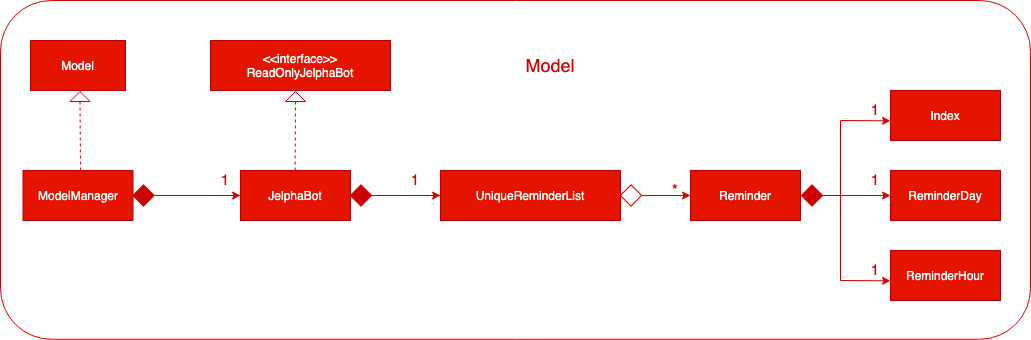
The draw.io diagram images/Reminderclass.png in AY1920S2-CS2103-F09-2/main, before a commit. Source tidied: cells renumbered, new cells last; positions are measured from the earlier drawing's top-left corner, leaving out a move shared by most shapes.
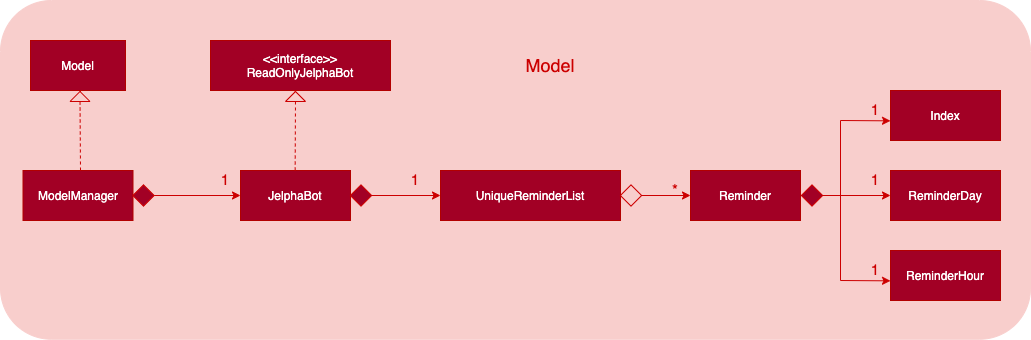
Above is the later version.

Change to the diagram source:
```diff
@@ -2,31 +2,34 @@
   <root>
     <mxCell id="0" />
     <mxCell id="1" parent="0" />
+    <mxCell id="34" style="rounded=1;whiteSpace=wrap;html=1;strokeColor=#F8CECC;fillColor=#F8CECC;fontFamily=Helvetica;" parent="1" vertex="1">
+      <mxGeometry width="1030" height="338.8" as="geometry" />
+    </mxCell>
-    <mxCell id="2" value="&lt;font&gt;JelphaBot&lt;/font&gt;" style="rounded=0;whiteSpace=wrap;html=1;fillColor=#e51400;strokeColor=#B20000;fontColor=#ffffff;fontFamily=Helvetica;" parent="1" vertex="1">
+    <mxCell id="2" value="&lt;font&gt;JelphaBot&lt;/font&gt;" style="rounded=0;whiteSpace=wrap;html=1;fillColor=#A20025;strokeColor=#B20000;fontColor=#ffffff;fontFamily=Helvetica;" parent="1" vertex="1">
       <mxGeometry x="240" y="170" width="110" height="50" as="geometry" />
     </mxCell>
-    <mxCell id="3" value="&lt;font&gt;&amp;lt;&amp;lt;interface&amp;gt;&amp;gt;&lt;br&gt;ReadOnlyJelphaBot&lt;br&gt;&lt;/font&gt;" style="rounded=0;whiteSpace=wrap;html=1;fillColor=#e51400;strokeColor=#B20000;fontColor=#ffffff;fontFamily=Helvetica;" parent="1" vertex="1">
+    <mxCell id="3" value="&lt;font&gt;&amp;lt;&amp;lt;interface&amp;gt;&amp;gt;&lt;br&gt;ReadOnlyJelphaBot&lt;br&gt;&lt;/font&gt;" style="rounded=0;whiteSpace=wrap;html=1;fillColor=#A20025;strokeColor=#B20000;fontColor=#ffffff;fontFamily=Helvetica;" parent="1" vertex="1">
       <mxGeometry x="210" y="40" width="180" height="50" as="geometry" />
     </mxCell>
-    <mxCell id="4" value="&lt;font&gt;Model&lt;/font&gt;" style="rounded=0;whiteSpace=wrap;html=1;fillColor=#e51400;strokeColor=#B20000;fontColor=#ffffff;fontFamily=Helvetica;" parent="1" vertex="1">
+    <mxCell id="4" value="&lt;font&gt;Model&lt;/font&gt;" style="rounded=0;whiteSpace=wrap;html=1;fillColor=#A20025;strokeColor=#B20000;fontColor=#ffffff;fontFamily=Helvetica;" parent="1" vertex="1">
       <mxGeometry x="30" y="40" width="95" height="50" as="geometry" />
     </mxCell>
-    <mxCell id="5" value="&lt;font&gt;ModelManager&lt;/font&gt;" style="rounded=0;whiteSpace=wrap;html=1;fillColor=#e51400;strokeColor=#B20000;fontColor=#ffffff;fontFamily=Helvetica;" parent="1" vertex="1">
+    <mxCell id="5" value="&lt;font&gt;ModelManager&lt;/font&gt;" style="rounded=0;whiteSpace=wrap;html=1;fillColor=#A20025;strokeColor=#B20000;fontColor=#ffffff;fontFamily=Helvetica;" parent="1" vertex="1">
       <mxGeometry x="22.5" y="170" width="110" height="50" as="geometry" />
     </mxCell>
-    <mxCell id="6" value="&lt;font&gt;UniqueReminderList&lt;/font&gt;" style="rounded=0;whiteSpace=wrap;html=1;fillColor=#e51400;strokeColor=#B20000;fontColor=#ffffff;fontFamily=Helvetica;" parent="1" vertex="1">
+    <mxCell id="6" value="&lt;font&gt;UniqueReminderList&lt;/font&gt;" style="rounded=0;whiteSpace=wrap;html=1;fillColor=#A20025;strokeColor=#B20000;fontColor=#ffffff;fontFamily=Helvetica;" parent="1" vertex="1">
       <mxGeometry x="440" y="170" width="180" height="50" as="geometry" />
     </mxCell>
-    <mxCell id="7" value="&lt;font&gt;Reminder&lt;/font&gt;" style="rounded=0;whiteSpace=wrap;html=1;fillColor=#e51400;strokeColor=#B20000;fontColor=#ffffff;fontFamily=Helvetica;" parent="1" vertex="1">
+    <mxCell id="7" value="&lt;font&gt;Reminder&lt;/font&gt;" style="rounded=0;whiteSpace=wrap;html=1;fillColor=#A20025;strokeColor=#B20000;fontColor=#ffffff;fontFamily=Helvetica;" parent="1" vertex="1">
       <mxGeometry x="690" y="170" width="110" height="50" as="geometry" />
     </mxCell>
-    <mxCell id="8" value="&lt;font&gt;Index&lt;/font&gt;" style="rounded=0;whiteSpace=wrap;html=1;fillColor=#e51400;strokeColor=#B20000;fontColor=#ffffff;fontFamily=Helvetica;" parent="1" vertex="1">
+    <mxCell id="8" value="&lt;font&gt;Index&lt;/font&gt;" style="rounded=0;whiteSpace=wrap;html=1;fillColor=#A20025;strokeColor=#B20000;fontColor=#ffffff;fontFamily=Helvetica;" parent="1" vertex="1">
       <mxGeometry x="890" y="90" width="110" height="50" as="geometry" />
     </mxCell>
-    <mxCell id="9" value="&lt;font&gt;ReminderDay&lt;/font&gt;" style="rounded=0;whiteSpace=wrap;html=1;fillColor=#e51400;strokeColor=#B20000;fontColor=#ffffff;fontFamily=Helvetica;" parent="1" vertex="1">
+    <mxCell id="9" value="&lt;font&gt;ReminderDay&lt;/font&gt;" style="rounded=0;whiteSpace=wrap;html=1;fillColor=#A20025;strokeColor=#B20000;fontColor=#ffffff;fontFamily=Helvetica;" parent="1" vertex="1">
       <mxGeometry x="890" y="170" width="110" height="50" as="geometry" />
     </mxCell>
-    <mxCell id="10" value="&lt;font&gt;ReminderHour&lt;/font&gt;" style="rounded=0;whiteSpace=wrap;html=1;fillColor=#e51400;strokeColor=#B20000;fontColor=#ffffff;fontFamily=Helvetica;" parent="1" vertex="1">
+    <mxCell id="10" value="&lt;font&gt;ReminderHour&lt;/font&gt;" style="rounded=0;whiteSpace=wrap;html=1;fillColor=#A20025;strokeColor=#B20000;fontColor=#ffffff;fontFamily=Helvetica;" parent="1" vertex="1">
       <mxGeometry x="890" y="250" width="110" height="50" as="geometry" />
     </mxCell>
     <mxCell id="11" style="endArrow=classic;html=1;entryX=0;entryY=0.5;entryDx=0;entryDy=0;strokeColor=#CC0000;fontFamily=Helvetica;" parent="1" edge="1" source="17" target="7">
@@ -53,7 +56,7 @@
         <mxPoint x="840" y="120" as="targetPoint" />
       </mxGeometry>
     </mxCell>
-    <mxCell id="16" style="whiteSpace=wrap;html=1;fillColor=#CC0000;rotation=-45;strokeColor=#CC0000;fontFamily=Helvetica;" parent="1" vertex="1">
+    <mxCell id="16" style="whiteSpace=wrap;html=1;fillColor=#A20025;rotation=-45;strokeColor=#CC0000;fontFamily=Helvetica;" parent="1" vertex="1">
       <mxGeometry x="804" y="187.5" width="15" height="15" as="geometry" />
     </mxCell>
     <mxCell id="17" style="whiteSpace=wrap;html=1;fillColor=none;rotation=-45;strokeColor=#CC0000;fontFamily=Helvetica;" parent="1" vertex="1">
@@ -62,7 +65,7 @@
     <mxCell id="18" value="&lt;font style=&quot;font-size: 15px&quot; color=&quot;#cc0000&quot;&gt;*&lt;/font&gt;" style="text;html=1;strokeColor=none;fillColor=none;align=center;verticalAlign=middle;whiteSpace=wrap;rounded=0;fontFamily=Helvetica;" parent="1" vertex="1">
       <mxGeometry x="660" y="180" width="30" height="17.5" as="geometry" />
     </mxCell>
-    <mxCell id="19" style="whiteSpace=wrap;html=1;fillColor=#CC0000;rotation=-45;strokeColor=#CC0000;fontFamily=Helvetica;" parent="1" vertex="1">
+    <mxCell id="19" style="whiteSpace=wrap;html=1;fillColor=#A20025;rotation=-45;strokeColor=#CC0000;fontFamily=Helvetica;" parent="1" vertex="1">
       <mxGeometry x="353" y="187.5" width="15" height="15" as="geometry" />
     </mxCell>
     <mxCell id="20" style="endArrow=classic;html=1;strokeColor=#CC0000;exitX=1;exitY=1;exitDx=0;exitDy=0;entryX=0;entryY=0.5;entryDx=0;entryDy=0;fontFamily=Helvetica;" parent="1" edge="1" source="19" target="6">
@@ -71,7 +74,7 @@
     <mxCell id="21" value="&lt;font color=&quot;#cc0000&quot;&gt;&lt;span style=&quot;font-size: 15px&quot;&gt;1&lt;/span&gt;&lt;/font&gt;" style="text;html=1;strokeColor=none;fillColor=none;align=center;verticalAlign=middle;whiteSpace=wrap;rounded=0;fontFamily=Helvetica;" parent="1" vertex="1">
       <mxGeometry x="400" y="170" width="30" height="17.5" as="geometry" />
     </mxCell>
-    <mxCell id="22" style="whiteSpace=wrap;html=1;fillColor=#CC0000;rotation=-45;strokeColor=#CC0000;fontFamily=Helvetica;" parent="1" vertex="1">
+    <mxCell id="22" style="whiteSpace=wrap;html=1;fillColor=#A20025;rotation=-45;strokeColor=#CC0000;fontFamily=Helvetica;" parent="1" vertex="1">
       <mxGeometry x="135.5" y="187.5" width="15" height="15" as="geometry" />
     </mxCell>
     <mxCell id="23" value="&lt;font color=&quot;#cc0000&quot;&gt;&lt;span style=&quot;font-size: 15px&quot;&gt;1&lt;/span&gt;&lt;/font&gt;" style="text;html=1;strokeColor=none;fillColor=none;align=center;verticalAlign=middle;whiteSpace=wrap;rounded=0;fontFamily=Helvetica;" parent="1" vertex="1">
@@ -115,9 +118,6 @@
         <mxPoint x="294.7" y="170" as="sourcePoint" />
       </mxGeometry>
     </mxCell>
-    <mxCell id="34" style="rounded=1;whiteSpace=wrap;html=1;strokeColor=#CC0000;fillColor=none;fontFamily=Helvetica;" parent="1" vertex="1">
-      <mxGeometry width="1030" height="338.8" as="geometry" />
-    </mxCell>
     <mxCell id="35" value="&lt;font color=&quot;#cc0000&quot; style=&quot;font-size: 18px;&quot;&gt;Model&lt;/font&gt;" style="text;html=1;strokeColor=none;fillColor=none;align=center;verticalAlign=middle;whiteSpace=wrap;rounded=0;fontFamily=Helvetica;fontSize=18;" parent="1" vertex="1">
       <mxGeometry x="530" y="55" width="40" height="20" as="geometry" />
     </mxCell>
```
